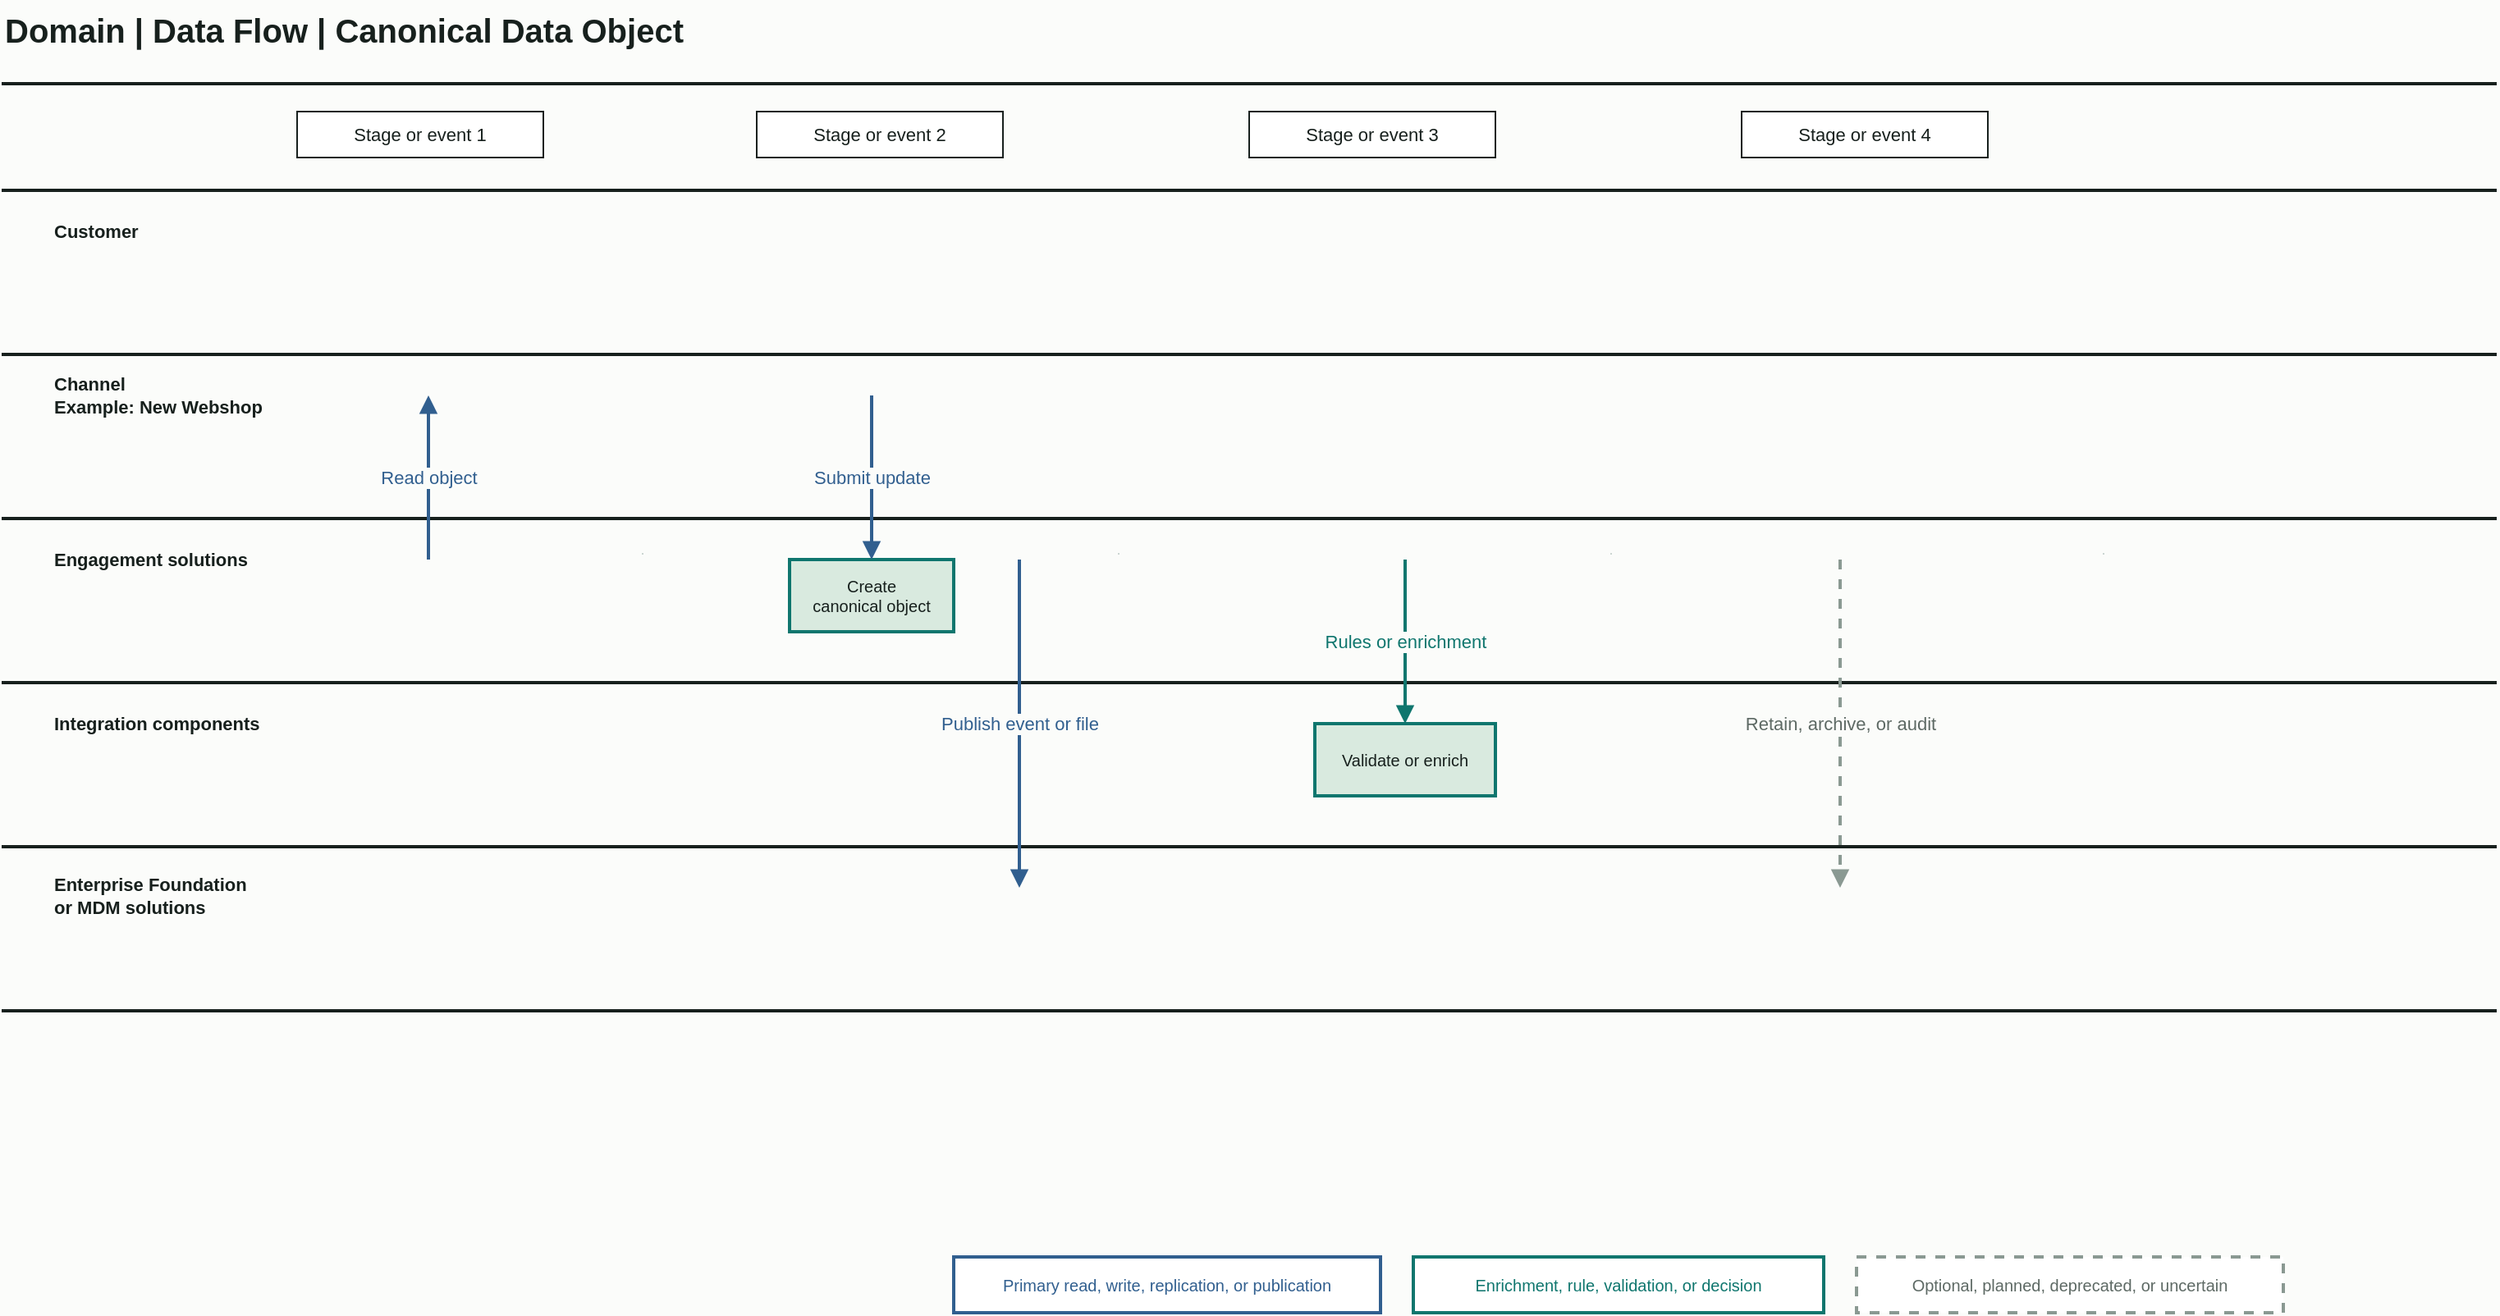
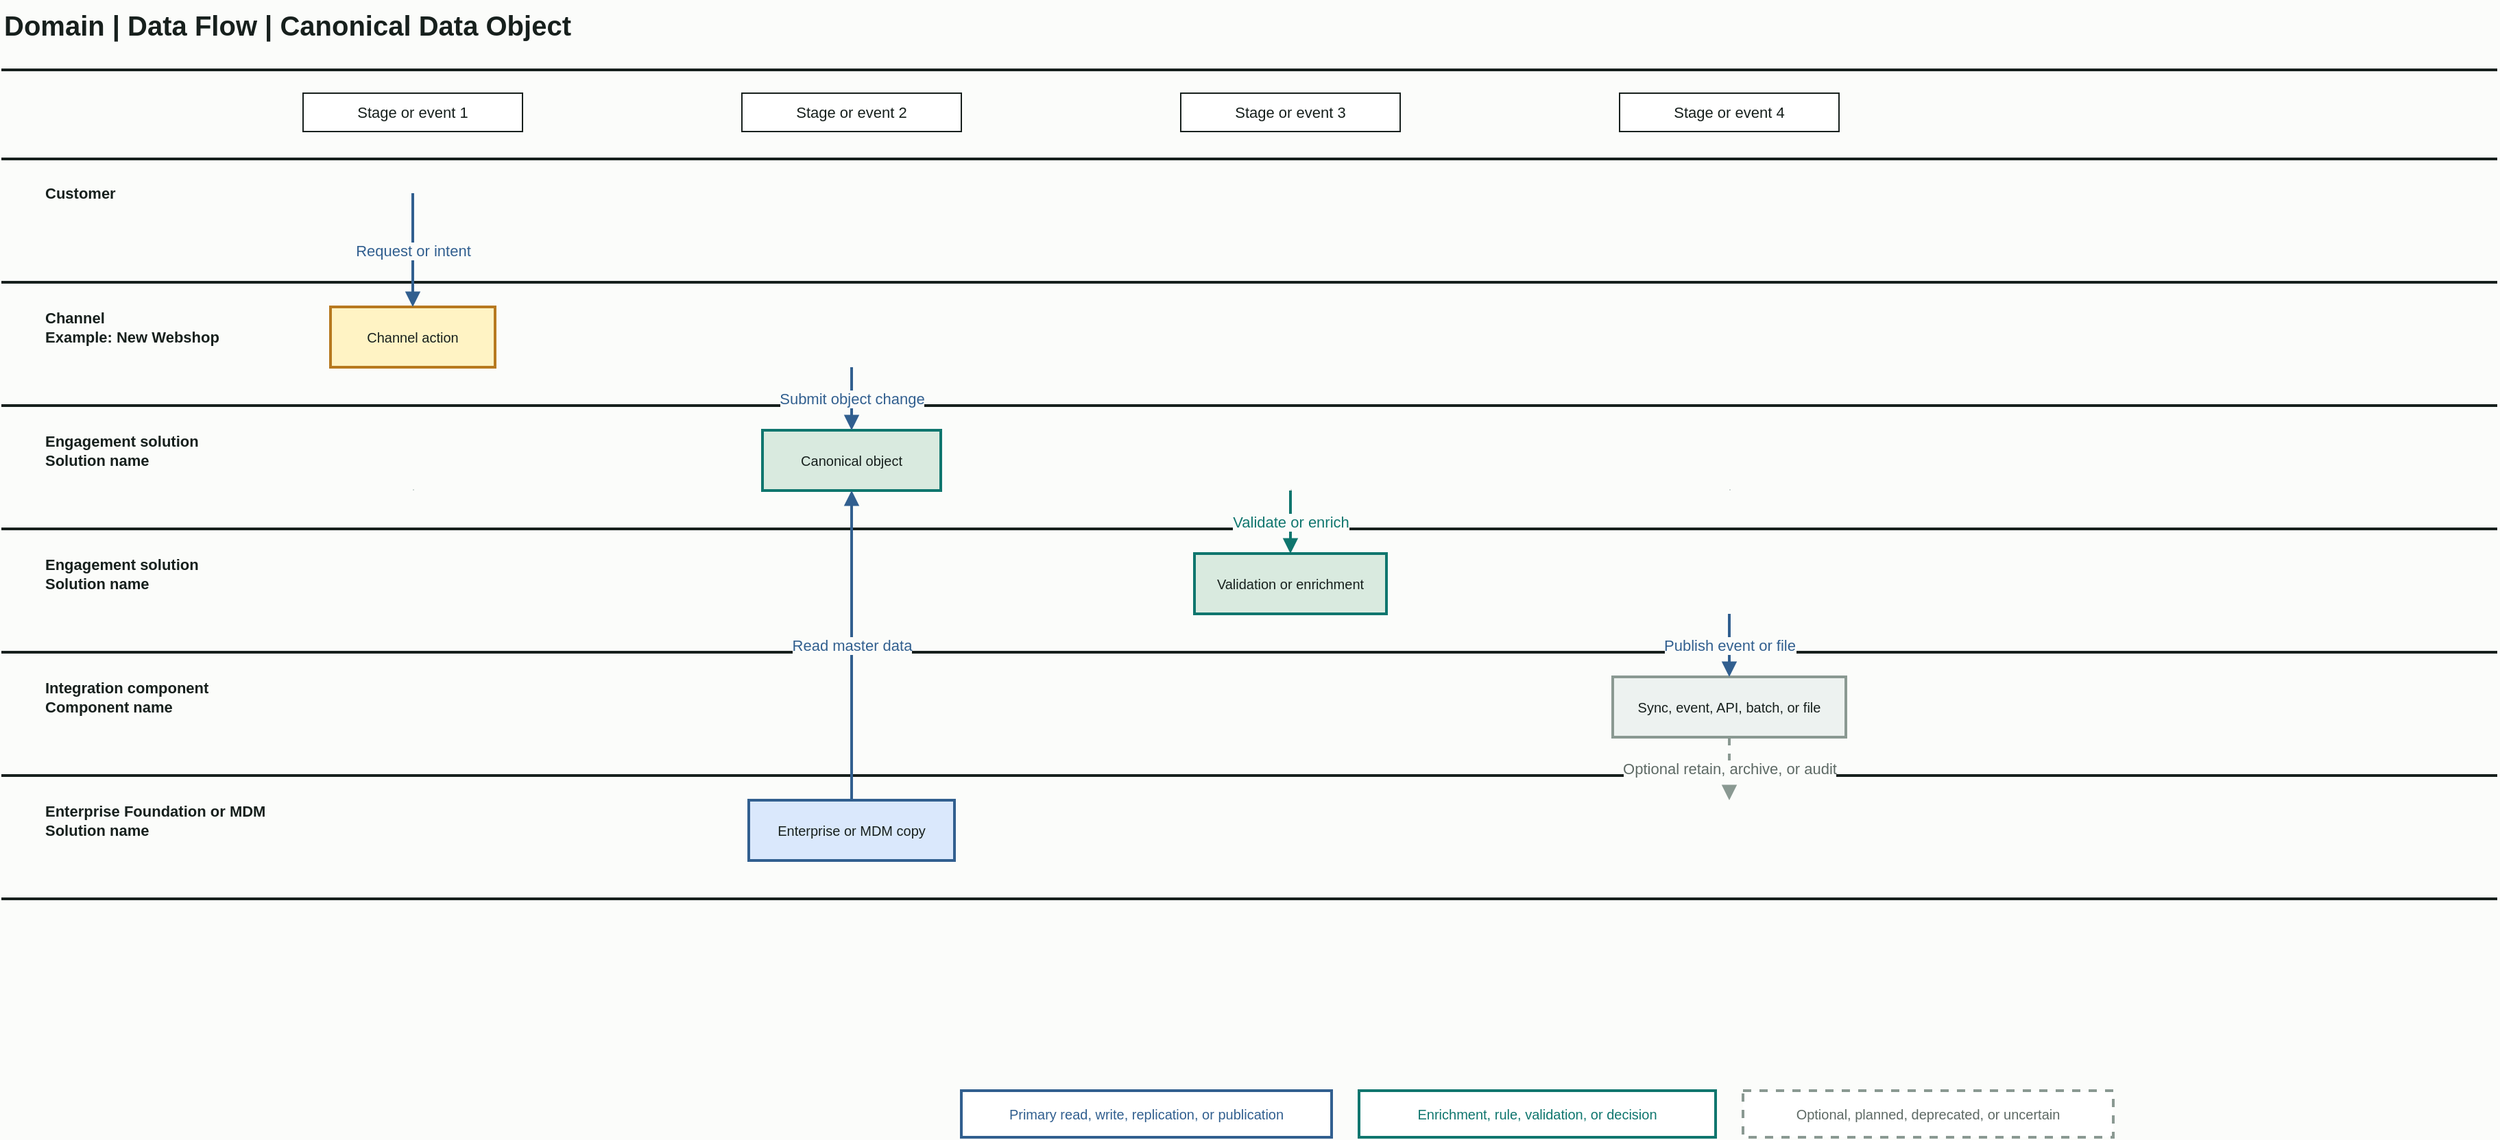
<mxfile host="app.diagrams.net" modified="2026-06-25T00:00:00.000Z" agent="AI Architecture Toolkit" version="24.7.17">
  <diagram id="data-flow" name="Data Flow">
-     <mxGraphModel dx="1600" dy="900" grid="1" gridSize="10" guides="1" tooltips="1" connect="1" arrows="1" fold="1" page="1" pageScale="1" pageWidth="1600" pageHeight="900" background="#fbfcfa" math="0" shadow="0">
+     <mxGraphModel dx="1900" dy="1000" grid="1" gridSize="10" guides="1" tooltips="1" connect="1" arrows="1" fold="1" page="1" pageScale="1" pageWidth="1900" pageHeight="1000" background="#fbfcfa" math="0" shadow="0">
      <root>
        <mxCell id="0" />
        <mxCell id="1" parent="0" />
        <mxCell id="title" value="Domain | Data Flow | Canonical Data Object" style="text;html=1;strokeColor=none;fillColor=none;align=left;verticalAlign=middle;fontStyle=1;fontSize=20;fontColor=#17201d;" vertex="1" parent="1">
-           <mxGeometry x="40" y="24" width="650" height="36" as="geometry" />
+           <mxGeometry x="40" y="24" width="760" height="36" as="geometry" />
        </mxCell>
        <mxCell id="top-rule" value="" style="shape=line;html=1;strokeColor=#17201d;strokeWidth=2;" vertex="1" parent="1">
-           <mxGeometry x="40" y="70" width="1520" height="10" as="geometry" />
+           <mxGeometry x="40" y="70" width="1820" height="10" as="geometry" />
        </mxCell>
        <mxCell id="stage-1" value="Stage or event 1" style="rounded=0;whiteSpace=wrap;html=1;spacing=6;fillColor=#ffffff;strokeColor=#17201d;fontColor=#17201d;fontSize=11;" vertex="1" parent="1">
-           <mxGeometry x="220" y="92" width="150" height="28" as="geometry" />
+           <mxGeometry x="260" y="92" width="160" height="28" as="geometry" />
        </mxCell>
        <mxCell id="stage-2" value="Stage or event 2" style="rounded=0;whiteSpace=wrap;html=1;spacing=6;fillColor=#ffffff;strokeColor=#17201d;fontColor=#17201d;fontSize=11;" vertex="1" parent="1">
-           <mxGeometry x="500" y="92" width="150" height="28" as="geometry" />
+           <mxGeometry x="580" y="92" width="160" height="28" as="geometry" />
        </mxCell>
        <mxCell id="stage-3" value="Stage or event 3" style="rounded=0;whiteSpace=wrap;html=1;spacing=6;fillColor=#ffffff;strokeColor=#17201d;fontColor=#17201d;fontSize=11;" vertex="1" parent="1">
-           <mxGeometry x="800" y="92" width="150" height="28" as="geometry" />
+           <mxGeometry x="900" y="92" width="160" height="28" as="geometry" />
        </mxCell>
        <mxCell id="stage-4" value="Stage or event 4" style="rounded=0;whiteSpace=wrap;html=1;spacing=6;fillColor=#ffffff;strokeColor=#17201d;fontColor=#17201d;fontSize=11;" vertex="1" parent="1">
-           <mxGeometry x="1100" y="92" width="150" height="28" as="geometry" />
+           <mxGeometry x="1220" y="92" width="160" height="28" as="geometry" />
        </mxCell>
        <mxCell id="lane-1-label" value="Customer" style="text;html=1;strokeColor=none;fillColor=none;align=left;verticalAlign=middle;fontStyle=1;fontSize=11;fontColor=#17201d;" vertex="1" parent="1">
-           <mxGeometry x="70" y="150" width="150" height="30" as="geometry" />
+           <mxGeometry x="70" y="150" width="180" height="30" as="geometry" />
        </mxCell>
        <mxCell id="lane-2-label" value="Channel&#xa;Example: New Webshop" style="text;html=1;strokeColor=none;fillColor=none;align=left;verticalAlign=middle;fontStyle=1;fontSize=11;fontColor=#17201d;" vertex="1" parent="1">
-           <mxGeometry x="70" y="240" width="150" height="50" as="geometry" />
+           <mxGeometry x="70" y="238" width="190" height="50" as="geometry" />
        </mxCell>
-         <mxCell id="lane-3-label" value="Engagement solutions" style="text;html=1;strokeColor=none;fillColor=none;align=left;verticalAlign=middle;fontStyle=1;fontSize=11;fontColor=#17201d;" vertex="1" parent="1">
-           <mxGeometry x="70" y="350" width="150" height="30" as="geometry" />
+         <mxCell id="lane-3-label" value="Engagement solution&#xa;Solution name" style="text;html=1;strokeColor=none;fillColor=none;align=left;verticalAlign=middle;fontStyle=1;fontSize=11;fontColor=#17201d;" vertex="1" parent="1">
+           <mxGeometry x="70" y="328" width="190" height="50" as="geometry" />
        </mxCell>
-         <mxCell id="lane-4-label" value="Integration components" style="text;html=1;strokeColor=none;fillColor=none;align=left;verticalAlign=middle;fontStyle=1;fontSize=11;fontColor=#17201d;" vertex="1" parent="1">
-           <mxGeometry x="70" y="450" width="150" height="30" as="geometry" />
+         <mxCell id="lane-4-label" value="Engagement solution&#xa;Solution name" style="text;html=1;strokeColor=none;fillColor=none;align=left;verticalAlign=middle;fontStyle=1;fontSize=11;fontColor=#17201d;" vertex="1" parent="1">
+           <mxGeometry x="70" y="418" width="190" height="50" as="geometry" />
        </mxCell>
-         <mxCell id="lane-5-label" value="Enterprise Foundation&#xa;or MDM solutions" style="text;html=1;strokeColor=none;fillColor=none;align=left;verticalAlign=middle;fontStyle=1;fontSize=11;fontColor=#17201d;" vertex="1" parent="1">
-           <mxGeometry x="70" y="545" width="160" height="50" as="geometry" />
+         <mxCell id="lane-5-label" value="Integration component&#xa;Component name" style="text;html=1;strokeColor=none;fillColor=none;align=left;verticalAlign=middle;fontStyle=1;fontSize=11;fontColor=#17201d;" vertex="1" parent="1">
+           <mxGeometry x="70" y="508" width="190" height="50" as="geometry" />
+         </mxCell>
+         <mxCell id="lane-6-label" value="Enterprise Foundation or MDM&#xa;Solution name" style="text;html=1;strokeColor=none;fillColor=none;align=left;verticalAlign=middle;fontStyle=1;fontSize=11;fontColor=#17201d;" vertex="1" parent="1">
+           <mxGeometry x="70" y="598" width="210" height="50" as="geometry" />
        </mxCell>
        <mxCell id="lane-1-line" value="" style="shape=line;html=1;strokeColor=#17201d;strokeWidth=2;" vertex="1" parent="1">
-           <mxGeometry x="40" y="135" width="1520" height="10" as="geometry" />
+           <mxGeometry x="40" y="135" width="1820" height="10" as="geometry" />
        </mxCell>
        <mxCell id="lane-2-line" value="" style="shape=line;html=1;strokeColor=#17201d;strokeWidth=2;" vertex="1" parent="1">
-           <mxGeometry x="40" y="235" width="1520" height="10" as="geometry" />
+           <mxGeometry x="40" y="225" width="1820" height="10" as="geometry" />
        </mxCell>
        <mxCell id="lane-3-line" value="" style="shape=line;html=1;strokeColor=#17201d;strokeWidth=2;" vertex="1" parent="1">
-           <mxGeometry x="40" y="335" width="1520" height="10" as="geometry" />
+           <mxGeometry x="40" y="315" width="1820" height="10" as="geometry" />
        </mxCell>
        <mxCell id="lane-4-line" value="" style="shape=line;html=1;strokeColor=#17201d;strokeWidth=2;" vertex="1" parent="1">
-           <mxGeometry x="40" y="435" width="1520" height="10" as="geometry" />
+           <mxGeometry x="40" y="405" width="1820" height="10" as="geometry" />
        </mxCell>
        <mxCell id="lane-5-line" value="" style="shape=line;html=1;strokeColor=#17201d;strokeWidth=2;" vertex="1" parent="1">
-           <mxGeometry x="40" y="535" width="1520" height="10" as="geometry" />
+           <mxGeometry x="40" y="495" width="1820" height="10" as="geometry" />
+         </mxCell>
+         <mxCell id="lane-6-line" value="" style="shape=line;html=1;strokeColor=#17201d;strokeWidth=2;" vertex="1" parent="1">
+           <mxGeometry x="40" y="585" width="1820" height="10" as="geometry" />
        </mxCell>
        <mxCell id="bottom-rule" value="" style="shape=line;html=1;strokeColor=#17201d;strokeWidth=2;" vertex="1" parent="1">
-           <mxGeometry x="40" y="635" width="1520" height="10" as="geometry" />
+           <mxGeometry x="40" y="675" width="1820" height="10" as="geometry" />
        </mxCell>
        <mxCell id="stage-guide-1" value="" style="shape=line;html=1;strokeColor=#cbd5d1;strokeWidth=1;" vertex="1" parent="1">
-           <mxGeometry x="430" y="88" width="1" height="547" as="geometry" />
+           <mxGeometry x="340" y="88" width="1" height="587" as="geometry" />
        </mxCell>
        <mxCell id="stage-guide-2" value="" style="shape=line;html=1;strokeColor=#cbd5d1;strokeWidth=1;" vertex="1" parent="1">
-           <mxGeometry x="720" y="88" width="1" height="547" as="geometry" />
+           <mxGeometry x="660" y="88" width="1" height="587" as="geometry" />
        </mxCell>
        <mxCell id="stage-guide-3" value="" style="shape=line;html=1;strokeColor=#cbd5d1;strokeWidth=1;" vertex="1" parent="1">
-           <mxGeometry x="1020" y="88" width="1" height="547" as="geometry" />
+           <mxGeometry x="980" y="88" width="1" height="587" as="geometry" />
        </mxCell>
        <mxCell id="stage-guide-4" value="" style="shape=line;html=1;strokeColor=#cbd5d1;strokeWidth=1;" vertex="1" parent="1">
-           <mxGeometry x="1320" y="88" width="1" height="547" as="geometry" />
+           <mxGeometry x="1300" y="88" width="1" height="587" as="geometry" />
        </mxCell>
-         <mxCell id="object-created" value="Create&#xa;canonical object" style="rounded=0;whiteSpace=wrap;html=1;spacing=4;fillColor=#d9eadf;strokeColor=#0f766e;fontColor=#17201d;fontSize=10;strokeWidth=2;" vertex="1" parent="1">
-           <mxGeometry x="520" y="365" width="100" height="44" as="geometry" />
+         <mxCell id="channel-action" value="Channel action" style="rounded=0;whiteSpace=wrap;html=1;spacing=4;fillColor=#fff3c4;strokeColor=#b7791f;fontColor=#17201d;fontSize=10;strokeWidth=2;" vertex="1" parent="1">
+           <mxGeometry x="280" y="248" width="120" height="44" as="geometry" />
        </mxCell>
-         <mxCell id="object-updated" value="Validate or enrich" style="rounded=0;whiteSpace=wrap;html=1;spacing=4;fillColor=#d9eadf;strokeColor=#0f766e;fontColor=#17201d;fontSize=10;strokeWidth=2;" vertex="1" parent="1">
-           <mxGeometry x="840" y="465" width="110" height="44" as="geometry" />
+         <mxCell id="engagement-object" value="Canonical object" style="rounded=0;whiteSpace=wrap;html=1;spacing=4;fillColor=#d9eadf;strokeColor=#0f766e;fontColor=#17201d;fontSize=10;strokeWidth=2;" vertex="1" parent="1">
+           <mxGeometry x="595" y="338" width="130" height="44" as="geometry" />
        </mxCell>
-         <mxCell id="primary-read" value="Read object" style="edgeStyle=orthogonalEdgeStyle;rounded=0;orthogonalLoop=1;jettySize=auto;html=1;endArrow=block;strokeColor=#315f8f;fontColor=#315f8f;labelBackgroundColor=#fbfcfa;labelBorderColor=none;strokeWidth=2;" edge="1" parent="1">
+         <mxCell id="engagement-enrichment" value="Validation or enrichment" style="rounded=0;whiteSpace=wrap;html=1;spacing=4;fillColor=#d9eadf;strokeColor=#0f766e;fontColor=#17201d;fontSize=10;strokeWidth=2;" vertex="1" parent="1">
+           <mxGeometry x="910" y="428" width="140" height="44" as="geometry" />
+         </mxCell>
+         <mxCell id="integration-component" value="Sync, event, API, batch, or file" style="rounded=0;whiteSpace=wrap;html=1;spacing=4;fillColor=#edf2f0;strokeColor=#8a9992;fontColor=#17201d;fontSize=10;strokeWidth=2;" vertex="1" parent="1">
+           <mxGeometry x="1215" y="518" width="170" height="44" as="geometry" />
+         </mxCell>
+         <mxCell id="enterprise-store" value="Enterprise or MDM copy" style="rounded=0;whiteSpace=wrap;html=1;spacing=4;fillColor=#dae8fc;strokeColor=#315f8f;fontColor=#17201d;fontSize=10;strokeWidth=2;" vertex="1" parent="1">
+           <mxGeometry x="585" y="608" width="150" height="44" as="geometry" />
+         </mxCell>
+         <mxCell id="customer-channel-flow" value="Request or intent" style="edgeStyle=orthogonalEdgeStyle;rounded=0;orthogonalLoop=1;jettySize=auto;html=1;endArrow=block;strokeColor=#315f8f;fontColor=#315f8f;labelBackgroundColor=#fbfcfa;labelBorderColor=none;strokeWidth=2;" edge="1" parent="1">
          <mxGeometry relative="1" as="geometry">
-             <mxPoint x="300" y="365" as="sourcePoint" />
-             <mxPoint x="300" y="265" as="targetPoint" />
+             <mxPoint x="340" y="165" as="sourcePoint" />
+             <mxPoint x="340" y="248" as="targetPoint" />
          </mxGeometry>
        </mxCell>
-         <mxCell id="primary-write" value="Submit update" style="edgeStyle=orthogonalEdgeStyle;rounded=0;orthogonalLoop=1;jettySize=auto;html=1;endArrow=block;strokeColor=#315f8f;fontColor=#315f8f;labelBackgroundColor=#fbfcfa;labelBorderColor=none;strokeWidth=2;" edge="1" parent="1">
+         <mxCell id="channel-engagement-flow" value="Submit object change" style="edgeStyle=orthogonalEdgeStyle;rounded=0;orthogonalLoop=1;jettySize=auto;html=1;endArrow=block;strokeColor=#315f8f;fontColor=#315f8f;labelBackgroundColor=#fbfcfa;labelBorderColor=none;strokeWidth=2;" edge="1" parent="1">
          <mxGeometry relative="1" as="geometry">
-             <mxPoint x="570" y="265" as="sourcePoint" />
-             <mxPoint x="570" y="365" as="targetPoint" />
+             <mxPoint x="660" y="292" as="sourcePoint" />
+             <mxPoint x="660" y="338" as="targetPoint" />
          </mxGeometry>
        </mxCell>
-         <mxCell id="replicate-flow" value="Publish event or file" style="edgeStyle=orthogonalEdgeStyle;rounded=0;orthogonalLoop=1;jettySize=auto;html=1;endArrow=block;strokeColor=#315f8f;fontColor=#315f8f;labelBackgroundColor=#fbfcfa;labelBorderColor=none;strokeWidth=2;" edge="1" parent="1">
+         <mxCell id="enterprise-read-flow" value="Read master data" style="edgeStyle=orthogonalEdgeStyle;rounded=0;orthogonalLoop=1;jettySize=auto;html=1;endArrow=block;strokeColor=#315f8f;fontColor=#315f8f;labelBackgroundColor=#fbfcfa;labelBorderColor=none;strokeWidth=2;" edge="1" parent="1">
          <mxGeometry relative="1" as="geometry">
-             <mxPoint x="660" y="365" as="sourcePoint" />
-             <mxPoint x="660" y="565" as="targetPoint" />
+             <mxPoint x="660" y="608" as="sourcePoint" />
+             <mxPoint x="660" y="382" as="targetPoint" />
          </mxGeometry>
        </mxCell>
-         <mxCell id="enrichment-flow" value="Rules or enrichment" style="edgeStyle=orthogonalEdgeStyle;rounded=0;orthogonalLoop=1;jettySize=auto;html=1;endArrow=block;strokeColor=#0f766e;fontColor=#0f766e;labelBackgroundColor=#fbfcfa;labelBorderColor=none;strokeWidth=2;" edge="1" parent="1">
+         <mxCell id="enrichment-flow" value="Validate or enrich" style="edgeStyle=orthogonalEdgeStyle;rounded=0;orthogonalLoop=1;jettySize=auto;html=1;endArrow=block;strokeColor=#0f766e;fontColor=#0f766e;labelBackgroundColor=#fbfcfa;labelBorderColor=none;strokeWidth=2;" edge="1" parent="1">
          <mxGeometry relative="1" as="geometry">
-             <mxPoint x="895" y="365" as="sourcePoint" />
-             <mxPoint x="895" y="465" as="targetPoint" />
+             <mxPoint x="980" y="382" as="sourcePoint" />
+             <mxPoint x="980" y="428" as="targetPoint" />
          </mxGeometry>
        </mxCell>
-         <mxCell id="archive-flow" value="Retain, archive, or audit" style="edgeStyle=orthogonalEdgeStyle;rounded=0;orthogonalLoop=1;jettySize=auto;html=1;endArrow=block;strokeColor=#8a9992;fontColor=#5d6964;labelBackgroundColor=#fbfcfa;labelBorderColor=none;strokeWidth=2;dashed=1;" edge="1" parent="1">
+         <mxCell id="publish-flow" value="Publish event or file" style="edgeStyle=orthogonalEdgeStyle;rounded=0;orthogonalLoop=1;jettySize=auto;html=1;endArrow=block;strokeColor=#315f8f;fontColor=#315f8f;labelBackgroundColor=#fbfcfa;labelBorderColor=none;strokeWidth=2;" edge="1" parent="1">
          <mxGeometry relative="1" as="geometry">
-             <mxPoint x="1160" y="365" as="sourcePoint" />
-             <mxPoint x="1160" y="565" as="targetPoint" />
+             <mxPoint x="1300" y="472" as="sourcePoint" />
+             <mxPoint x="1300" y="518" as="targetPoint" />
+           </mxGeometry>
+         </mxCell>
+         <mxCell id="optional-retention-flow" value="Optional retain, archive, or audit" style="edgeStyle=orthogonalEdgeStyle;rounded=0;orthogonalLoop=1;jettySize=auto;html=1;endArrow=block;strokeColor=#8a9992;fontColor=#5d6964;labelBackgroundColor=#fbfcfa;labelBorderColor=none;strokeWidth=2;dashed=1;" edge="1" parent="1">
+           <mxGeometry relative="1" as="geometry">
+             <mxPoint x="1300" y="562" as="sourcePoint" />
+             <mxPoint x="1300" y="608" as="targetPoint" />
          </mxGeometry>
        </mxCell>
        <mxCell id="legend-primary" value="Primary read, write, replication, or publication" style="rounded=0;whiteSpace=wrap;html=1;spacing=6;fillColor=#ffffff;strokeColor=#315f8f;fontColor=#315f8f;fontSize=10;strokeWidth=2;" vertex="1" parent="1">
-           <mxGeometry x="620" y="790" width="260" height="34" as="geometry" />
+           <mxGeometry x="740" y="820" width="270" height="34" as="geometry" />
        </mxCell>
        <mxCell id="legend-enrichment" value="Enrichment, rule, validation, or decision" style="rounded=0;whiteSpace=wrap;html=1;spacing=6;fillColor=#ffffff;strokeColor=#0f766e;fontColor=#0f766e;fontSize=10;strokeWidth=2;" vertex="1" parent="1">
-           <mxGeometry x="900" y="790" width="250" height="34" as="geometry" />
+           <mxGeometry x="1030" y="820" width="260" height="34" as="geometry" />
        </mxCell>
        <mxCell id="legend-optional" value="Optional, planned, deprecated, or uncertain" style="rounded=0;whiteSpace=wrap;html=1;spacing=6;fillColor=#ffffff;strokeColor=#8a9992;fontColor=#5d6964;fontSize=10;strokeWidth=2;dashed=1;" vertex="1" parent="1">
-           <mxGeometry x="1170" y="790" width="260" height="34" as="geometry" />
+           <mxGeometry x="1310" y="820" width="270" height="34" as="geometry" />
        </mxCell>
      </root>
    </mxGraphModel>
  </diagram>
</mxfile>
